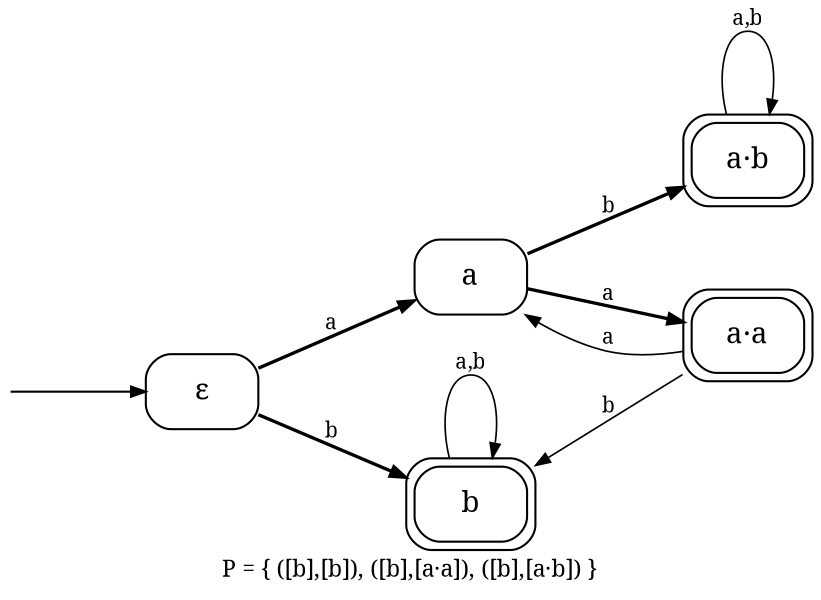
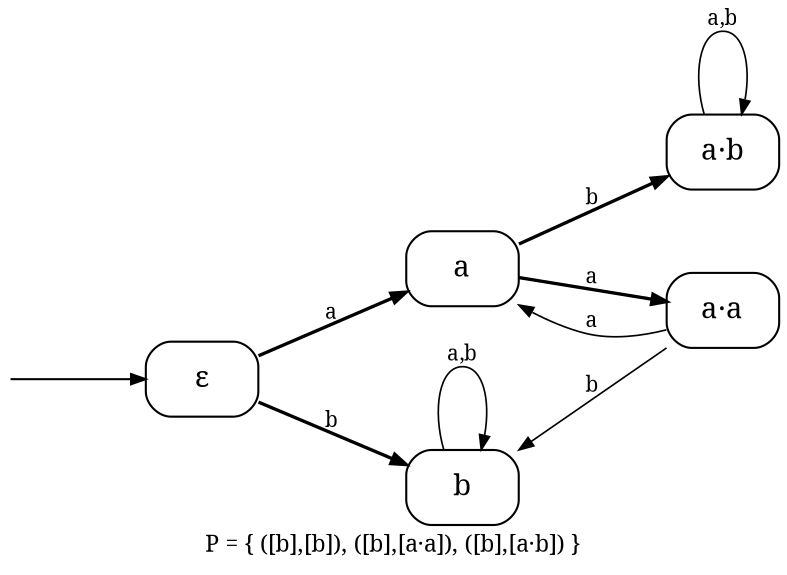
// sos2cayley even.sos --rename a=a,!a=b
digraph core_F2_even {
  rankdir=LR;
  ranksep=0.87; nodesep=0.55;
  node [shape=box, style=rounded, fontname="serif", margin="0.06,0.03"];
  edge [fontname="serif", fontsize=10, arrowsize=0.7];
  label="P = { ([b],[b]), ([b],[a·a]), ([b],[a·b]) }"; labelloc="b"; labeljust="c";
  fontname="serif"; fontsize=11;

  eps [label="ε"];
  a [label="a"];
-   b [label="b", peripheries=2];
-   aa [label="a·a", peripheries=2];
-   ab [label="a·b", peripheries=2];
+   b [label="b"];
+   aa [label="a·a"];
+   ab [label="a·b"];
  _init [shape=none, label="", width=0.02, height=0.02];
  _init -> eps;

  { rank=same; eps; }
  { rank=same; a b; }
  { rank=same; aa ab; }

  eps -> a [label="a", penwidth=1.6, weight=10];
  eps -> b [label="b", penwidth=1.6, weight=10];
  a -> aa [label="a", penwidth=1.6, weight=3];
  a -> ab [label="b", penwidth=1.6, weight=3];
  b -> b [label="a,b", penwidth=0.8, weight=1];
  aa -> a [label="a", penwidth=0.8, weight=1];
  aa -> b [label="b", penwidth=0.8, weight=1];
  ab -> ab [label="a,b", penwidth=0.8, weight=1];
}
